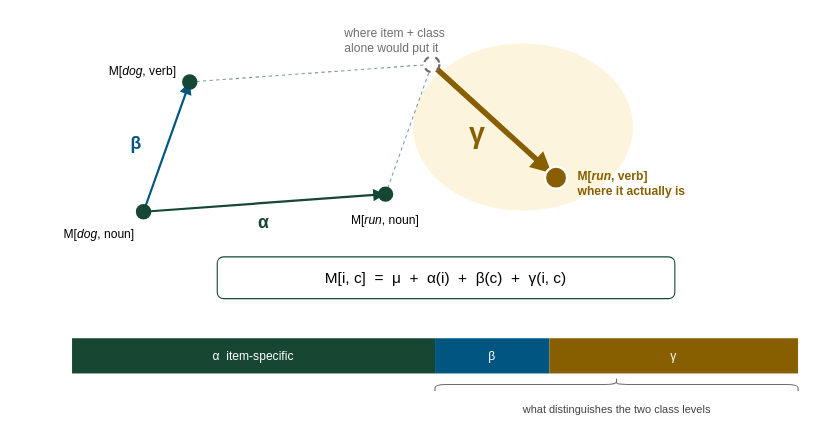
This is paper/fig-measurement.drawio from znhoughton/representation-separability, a draw.io file, before an edit. Source tidied: cells renumbered, new cells numbered last; positions are measured from the earlier drawing's top-left corner, leaving out a move shared by most shapes. Both pictures are drawn from the tidied source at 110%, with x=0, y=0 at pixel (19, 19).
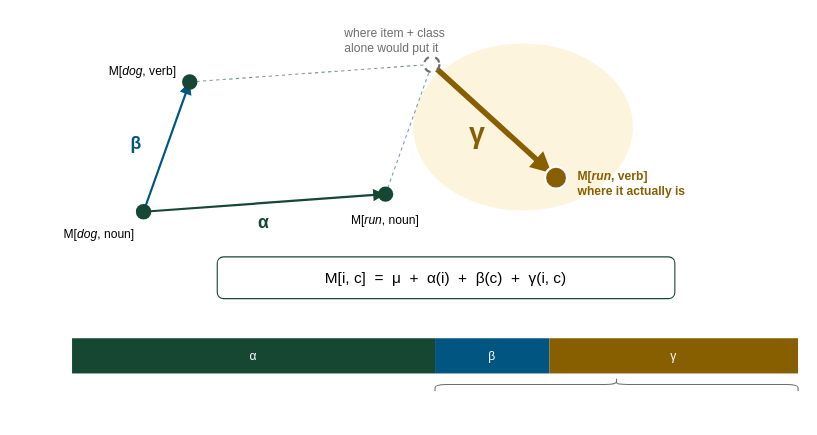
Above is the later version.

Commit message (it also covers changes not shown here):
Move the bar's glosses to the caption, and repair a corrupted caption

Diff of the diagram source:
```diff
@@
-    <mxCell id="22" value="α&amp;nbsp;&amp;nbsp;item-specific" style="rounded=0;whiteSpace=wrap;html=1;fontSize=11;fillColor=#154733;strokeColor=none;fontColor=#FFFFFF;" parent="1" vertex="1">
+    <mxCell id="22" value="α" style="rounded=0;whiteSpace=wrap;html=1;fontSize=11;fillColor=#154733;strokeColor=none;fontColor=#FFFFFF;" parent="1" vertex="1">
       <mxGeometry x="48" y="290" width="330" height="32" as="geometry" />
     </mxCell>
@@
-    <mxCell id="26" value="what distinguishes the two class levels" style="text;html=1;fontSize=10;align=center;fontColor=#404040;" parent="1" vertex="1">
-      <mxGeometry x="378" y="342" width="330" height="16" as="geometry" />
-    </mxCell>
```
